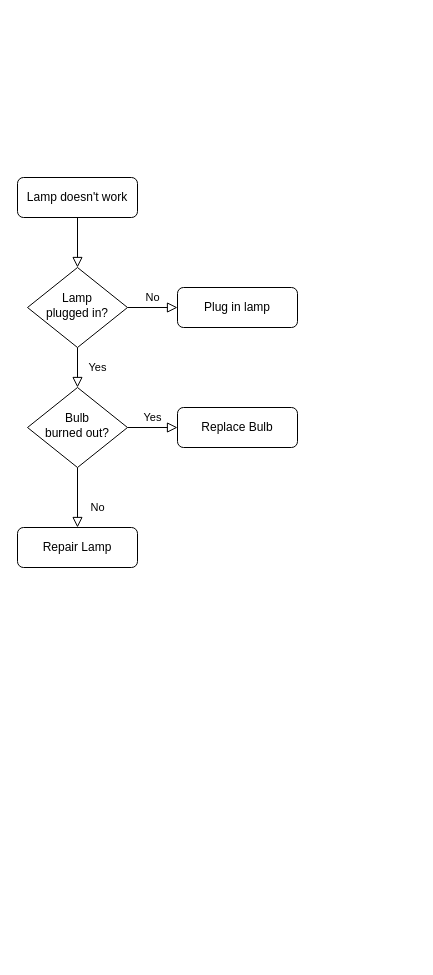
Above: assignment2.drawio in vivek-unni/C-Programing-KTU (draw.io), before the change. Source tidied: cells renumbered, new cells numbered last; positions are measured from the earlier drawing's top-left corner, leaving out a move shared by most shapes. Both pictures are drawn from the tidied source at 100%, with x=0, y=0 at pixel (17, 177).
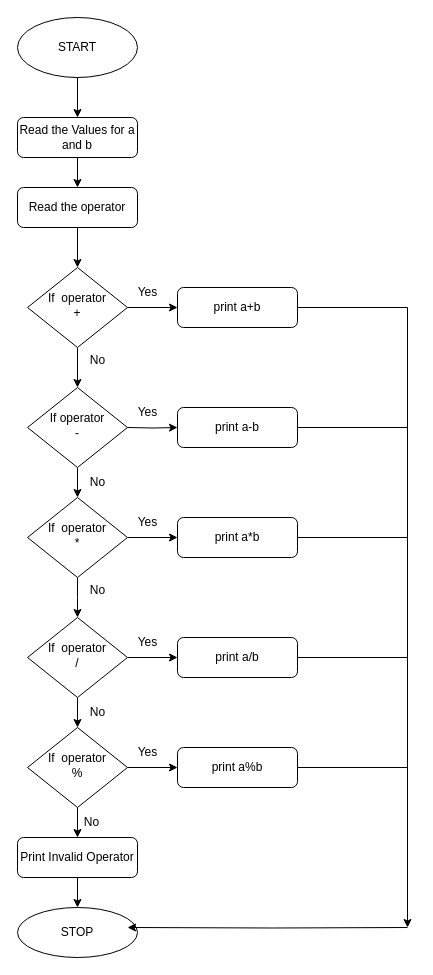
After the change.

What changed in the source:
```diff
@@
-    <mxCell id="2" style="rounded=0;html=1;jettySize=auto;fontSize=11;endArrow=block;endFill=0;endSize=8;strokeWidth=1;shadow=0;labelBackgroundColor=none;edgeStyle=orthogonalEdgeStyle;" parent="1" edge="1" source="3" target="6">
-      <mxGeometry relative="1" as="geometry" />
-    </mxCell>
+    <mxCell id="13" style="edgeStyle=orthogonalEdgeStyle;rounded=0;jettySize=auto;html=1;" parent="1" edge="1" source="3" target="18">
+      <mxGeometry relative="1" as="geometry" />
+    </mxCell>
-    <mxCell id="3" value="Lamp doesn't work" style="rounded=1;whiteSpace=wrap;html=1;fontSize=12;glass=0;strokeWidth=1;shadow=0;" parent="1" vertex="1">
-      <mxGeometry width="120" height="40" as="geometry" />
+    <mxCell id="3" value="Read the Values for a and b" style="rounded=1;whiteSpace=wrap;html=1;fontSize=12;glass=0;strokeWidth=1;shadow=0;" parent="1" vertex="1">
+      <mxGeometry y="-60" width="120" height="40" as="geometry" />
     </mxCell>
+    <mxCell id="5" style="edgeStyle=orthogonalEdgeStyle;rounded=0;jettySize=auto;html=1;" parent="1" edge="1" source="6" target="7">
+      <mxGeometry relative="1" as="geometry" />
+    </mxCell>
-    <mxCell id="4" value="Yes" style="rounded=0;html=1;jettySize=auto;fontSize=11;endArrow=block;endFill=0;endSize=8;strokeWidth=1;shadow=0;labelBackgroundColor=none;edgeStyle=orthogonalEdgeStyle;" parent="1" edge="1" source="6" target="10">
-      <mxGeometry y="20" relative="1" as="geometry" />
+    <mxCell id="4" style="edgeStyle=orthogonalEdgeStyle;rounded=0;jettySize=auto;html=1;entryX=0.5;entryY=0;entryDx=0;entryDy=0;" parent="1" edge="1" source="6" target="10">
+      <mxGeometry relative="1" as="geometry" />
     </mxCell>
-    <mxCell id="5" value="No" style="edgeStyle=orthogonalEdgeStyle;rounded=0;html=1;jettySize=auto;fontSize=11;endArrow=block;endFill=0;endSize=8;strokeWidth=1;shadow=0;labelBackgroundColor=none;" parent="1" edge="1" source="6" target="7">
-      <mxGeometry y="10" relative="1" as="geometry" />
-    </mxCell>
-    <mxCell id="6" value="Lamp&lt;br&gt;plugged in?" style="rhombus;whiteSpace=wrap;html=1;shadow=0;fontFamily=Helvetica;fontSize=12;align=center;strokeWidth=1;spacing=6;spacingTop=-4;" parent="1" vertex="1">
+    <mxCell id="6" value="If&amp;nbsp; operator&lt;br&gt;+" style="rhombus;whiteSpace=wrap;html=1;shadow=0;fontFamily=Helvetica;fontSize=12;align=center;strokeWidth=1;spacing=6;spacingTop=-4;" parent="1" vertex="1">
       <mxGeometry x="10" y="90" width="100" height="80" as="geometry" />
     </mxCell>
-    <mxCell id="7" value="Plug in lamp" style="rounded=1;whiteSpace=wrap;html=1;fontSize=12;glass=0;strokeWidth=1;shadow=0;" parent="1" vertex="1">
+    <mxCell id="7" value="print a+b" style="rounded=1;whiteSpace=wrap;html=1;fontSize=12;glass=0;strokeWidth=1;shadow=0;" parent="1" vertex="1">
       <mxGeometry x="160" y="110" width="120" height="40" as="geometry" />
     </mxCell>
-    <mxCell id="8" value="No" style="rounded=0;html=1;jettySize=auto;fontSize=11;endArrow=block;endFill=0;endSize=8;strokeWidth=1;shadow=0;labelBackgroundColor=none;edgeStyle=orthogonalEdgeStyle;" parent="1" edge="1" source="10" target="11">
-      <mxGeometry x="0.33" y="20" relative="1" as="geometry" />
-    </mxCell>
-    <mxCell id="9" value="Yes" style="edgeStyle=orthogonalEdgeStyle;rounded=0;html=1;jettySize=auto;fontSize=11;endArrow=block;endFill=0;endSize=8;strokeWidth=1;shadow=0;labelBackgroundColor=none;" parent="1" edge="1" source="10" target="12">
-      <mxGeometry y="10" relative="1" as="geometry" />
-    </mxCell>
+    <mxCell id="14" style="edgeStyle=orthogonalEdgeStyle;rounded=0;jettySize=auto;html=1;entryX=0.5;entryY=0;entryDx=0;entryDy=0;" parent="1" edge="1" source="10" target="21">
+      <mxGeometry relative="1" as="geometry" />
+    </mxCell>
-    <mxCell id="10" value="Bulb&lt;br&gt;burned out?" style="rhombus;whiteSpace=wrap;html=1;shadow=0;fontFamily=Helvetica;fontSize=12;align=center;strokeWidth=1;spacing=6;spacingTop=-4;" parent="1" vertex="1">
+    <mxCell id="10" value="If operator&lt;br&gt;-" style="rhombus;whiteSpace=wrap;html=1;shadow=0;fontFamily=Helvetica;fontSize=12;align=center;strokeWidth=1;spacing=6;spacingTop=-4;" parent="1" vertex="1">
       <mxGeometry x="10" y="210" width="100" height="80" as="geometry" />
     </mxCell>
-    <mxCell id="11" value="Repair Lamp" style="rounded=1;whiteSpace=wrap;html=1;fontSize=12;glass=0;strokeWidth=1;shadow=0;" parent="1" vertex="1">
-      <mxGeometry y="350" width="120" height="40" as="geometry" />
-    </mxCell>
-    <mxCell id="12" value="Replace Bulb" style="rounded=1;whiteSpace=wrap;html=1;fontSize=12;glass=0;strokeWidth=1;shadow=0;" parent="1" vertex="1">
-      <mxGeometry x="160" y="230" width="120" height="40" as="geometry" />
-    </mxCell>
+    <mxCell id="15" style="edgeStyle=orthogonalEdgeStyle;rounded=0;jettySize=auto;html=1;entryX=0.5;entryY=0;entryDx=0;entryDy=0;" parent="1" edge="1" source="16" target="3">
+      <mxGeometry relative="1" as="geometry" />
+    </mxCell>
+    <mxCell id="16" value="START" style="ellipse;whiteSpace=wrap;html=1;" parent="1" vertex="1">
+      <mxGeometry y="-160" width="120" height="60" as="geometry" />
+    </mxCell>
+    <mxCell id="17" style="edgeStyle=orthogonalEdgeStyle;rounded=0;jettySize=auto;html=1;entryX=0.5;entryY=0;entryDx=0;entryDy=0;" parent="1" edge="1" source="18" target="6">
+      <mxGeometry relative="1" as="geometry" />
+    </mxCell>
+    <mxCell id="18" value="Read the operator" style="rounded=1;whiteSpace=wrap;html=1;fontSize=12;glass=0;strokeWidth=1;shadow=0;" parent="1" vertex="1">
+      <mxGeometry y="10" width="120" height="40" as="geometry" />
+    </mxCell>
+    <mxCell id="19" style="edgeStyle=orthogonalEdgeStyle;rounded=0;jettySize=auto;html=1;" parent="1" edge="1" source="21" target="22">
+      <mxGeometry relative="1" as="geometry" />
+    </mxCell>
+    <mxCell id="20" style="edgeStyle=orthogonalEdgeStyle;rounded=0;jettySize=auto;html=1;entryX=0.5;entryY=0;entryDx=0;entryDy=0;" parent="1" edge="1" source="21">
+      <mxGeometry relative="1" as="geometry">
+        <mxPoint x="60" y="440" as="targetPoint" />
+      </mxGeometry>
+    </mxCell>
+    <mxCell id="21" value="If&amp;nbsp; operator&lt;br&gt;*" style="rhombus;whiteSpace=wrap;html=1;shadow=0;fontFamily=Helvetica;fontSize=12;align=center;strokeWidth=1;spacing=6;spacingTop=-4;" parent="1" vertex="1">
+      <mxGeometry x="10" y="320" width="100" height="80" as="geometry" />
+    </mxCell>
+    <mxCell id="22" value="print a*b" style="rounded=1;whiteSpace=wrap;html=1;fontSize=12;glass=0;strokeWidth=1;shadow=0;" parent="1" vertex="1">
+      <mxGeometry x="160" y="340" width="120" height="40" as="geometry" />
+    </mxCell>
+    <mxCell id="23" style="edgeStyle=orthogonalEdgeStyle;rounded=0;jettySize=auto;html=1;" parent="1" edge="1" target="24">
+      <mxGeometry relative="1" as="geometry">
+        <mxPoint x="110" y="250" as="sourcePoint" />
+      </mxGeometry>
+    </mxCell>
+    <mxCell id="24" value="print a-b" style="rounded=1;whiteSpace=wrap;html=1;fontSize=12;glass=0;strokeWidth=1;shadow=0;" parent="1" vertex="1">
+      <mxGeometry x="160" y="230" width="120" height="40" as="geometry" />
+    </mxCell>
+    <mxCell id="25" style="edgeStyle=orthogonalEdgeStyle;rounded=0;jettySize=auto;html=1;" parent="1" edge="1" source="27" target="28">
+      <mxGeometry relative="1" as="geometry" />
+    </mxCell>
+    <mxCell id="26" style="edgeStyle=orthogonalEdgeStyle;rounded=0;jettySize=auto;html=1;" parent="1" edge="1" source="27" target="31">
+      <mxGeometry relative="1" as="geometry" />
+    </mxCell>
+    <mxCell id="27" value="If&amp;nbsp; operator&lt;br&gt;/" style="rhombus;whiteSpace=wrap;html=1;shadow=0;fontFamily=Helvetica;fontSize=12;align=center;strokeWidth=1;spacing=6;spacingTop=-4;" parent="1" vertex="1">
+      <mxGeometry x="10" y="440" width="100" height="80" as="geometry" />
+    </mxCell>
+    <mxCell id="28" value="print a/b" style="rounded=1;whiteSpace=wrap;html=1;fontSize=12;glass=0;strokeWidth=1;shadow=0;" parent="1" vertex="1">
+      <mxGeometry x="160" y="460" width="120" height="40" as="geometry" />
+    </mxCell>
+    <mxCell id="29" style="edgeStyle=orthogonalEdgeStyle;rounded=0;jettySize=auto;html=1;" parent="1" edge="1" source="31" target="32">
+      <mxGeometry relative="1" as="geometry" />
+    </mxCell>
+    <mxCell id="30" style="edgeStyle=orthogonalEdgeStyle;rounded=0;jettySize=auto;html=1;entryX=0.5;entryY=0;entryDx=0;entryDy=0;" parent="1" edge="1" source="31" target="43">
+      <mxGeometry relative="1" as="geometry" />
+    </mxCell>
+    <mxCell id="31" value="If&amp;nbsp; operator&lt;br&gt;%" style="rhombus;whiteSpace=wrap;html=1;shadow=0;fontFamily=Helvetica;fontSize=12;align=center;strokeWidth=1;spacing=6;spacingTop=-4;" parent="1" vertex="1">
+      <mxGeometry x="10" y="550" width="100" height="80" as="geometry" />
+    </mxCell>
+    <mxCell id="32" value="print a%b" style="rounded=1;whiteSpace=wrap;html=1;fontSize=12;glass=0;strokeWidth=1;shadow=0;" parent="1" vertex="1">
+      <mxGeometry x="160" y="570" width="120" height="40" as="geometry" />
+    </mxCell>
+    <mxCell id="33" value="Yes" style="text;html=1;align=center;verticalAlign=middle;strokeColor=none;fillColor=none;" parent="1" vertex="1">
+      <mxGeometry x="110" y="100" width="40" height="30" as="geometry" />
+    </mxCell>
+    <mxCell id="34" value="No" style="text;html=1;align=center;verticalAlign=middle;strokeColor=none;fillColor=none;" parent="1" vertex="1">
+      <mxGeometry x="60" y="168" width="40" height="30" as="geometry" />
+    </mxCell>
+    <mxCell id="35" value="Yes" style="text;html=1;align=center;verticalAlign=middle;strokeColor=none;fillColor=none;" parent="1" vertex="1">
+      <mxGeometry x="110" y="220" width="40" height="30" as="geometry" />
+    </mxCell>
+    <mxCell id="36" value="Yes" style="text;html=1;align=center;verticalAlign=middle;strokeColor=none;fillColor=none;" parent="1" vertex="1">
+      <mxGeometry x="110" y="330" width="40" height="30" as="geometry" />
+    </mxCell>
+    <mxCell id="37" value="Yes" style="text;html=1;align=center;verticalAlign=middle;strokeColor=none;fillColor=none;" parent="1" vertex="1">
+      <mxGeometry x="110" y="450" width="40" height="30" as="geometry" />
+    </mxCell>
+    <mxCell id="38" value="Yes" style="text;html=1;align=center;verticalAlign=middle;strokeColor=none;fillColor=none;" parent="1" vertex="1">
+      <mxGeometry x="110" y="560" width="40" height="30" as="geometry" />
+    </mxCell>
+    <mxCell id="39" value="No" style="text;html=1;align=center;verticalAlign=middle;strokeColor=none;fillColor=none;" parent="1" vertex="1">
+      <mxGeometry x="60" y="290" width="40" height="30" as="geometry" />
+    </mxCell>
+    <mxCell id="40" value="No" style="text;html=1;align=center;verticalAlign=middle;strokeColor=none;fillColor=none;" parent="1" vertex="1">
+      <mxGeometry x="60" y="398" width="40" height="30" as="geometry" />
+    </mxCell>
+    <mxCell id="41" value="No" style="text;html=1;align=center;verticalAlign=middle;strokeColor=none;fillColor=none;" parent="1" vertex="1">
+      <mxGeometry x="60" y="520" width="40" height="30" as="geometry" />
+    </mxCell>
+    <mxCell id="42" style="edgeStyle=orthogonalEdgeStyle;rounded=0;jettySize=auto;html=1;" parent="1" edge="1" source="43" target="45">
+      <mxGeometry relative="1" as="geometry" />
+    </mxCell>
+    <mxCell id="43" value="Print Invalid Operator" style="rounded=1;whiteSpace=wrap;html=1;" parent="1" vertex="1">
+      <mxGeometry y="660" width="120" height="40" as="geometry" />
+    </mxCell>
+    <mxCell id="44" value="No" style="text;html=1;align=center;verticalAlign=middle;strokeColor=none;fillColor=none;" parent="1" vertex="1">
+      <mxGeometry x="54" y="630" width="40" height="30" as="geometry" />
+    </mxCell>
+    <mxCell id="45" value="STOP" style="ellipse;whiteSpace=wrap;html=1;" parent="1" vertex="1">
+      <mxGeometry y="730" width="120" height="50" as="geometry" />
+    </mxCell>
+    <mxCell id="46" style="edgeStyle=orthogonalEdgeStyle;rounded=0;jettySize=auto;html=1;entryX=0.917;entryY=0.4;entryDx=0;entryDy=0;entryPerimeter=0;" parent="1" edge="1" target="45">
+      <mxGeometry relative="1" as="geometry">
+        <mxPoint x="390" y="750" as="sourcePoint" />
+      </mxGeometry>
+    </mxCell>
+    <mxCell id="47" style="edgeStyle=orthogonalEdgeStyle;rounded=0;orthogonalLoop=1;jettySize=auto;html=1;" parent="1" edge="1">
+      <mxGeometry relative="1" as="geometry">
+        <mxPoint x="390" y="130" as="sourcePoint" />
+        <mxPoint x="390" y="750" as="targetPoint" />
+      </mxGeometry>
+    </mxCell>
+    <mxCell id="48" style="endArrow=none;html=1;rounded=0;exitX=1;exitY=0.5;exitDx=0;exitDy=0;" parent="1" edge="1" source="22">
+      <mxGeometry relative="1" as="geometry">
+        <mxPoint x="390" y="360" as="targetPoint" />
+      </mxGeometry>
+    </mxCell>
+    <mxCell id="49" style="endArrow=none;html=1;rounded=0;exitX=1;exitY=0.5;exitDx=0;exitDy=0;" parent="1" edge="1">
+      <mxGeometry relative="1" as="geometry">
+        <mxPoint x="280" y="480" as="sourcePoint" />
+        <mxPoint x="390" y="480" as="targetPoint" />
+      </mxGeometry>
+    </mxCell>
+    <mxCell id="50" style="endArrow=none;html=1;rounded=0;exitX=1;exitY=0.5;exitDx=0;exitDy=0;" parent="1" edge="1">
+      <mxGeometry relative="1" as="geometry">
+        <mxPoint x="280" y="590" as="sourcePoint" />
+        <mxPoint x="390" y="590" as="targetPoint" />
+      </mxGeometry>
+    </mxCell>
+    <mxCell id="51" style="endArrow=none;html=1;rounded=0;exitX=1;exitY=0.5;exitDx=0;exitDy=0;" parent="1" edge="1">
+      <mxGeometry relative="1" as="geometry">
+        <mxPoint x="280" y="130" as="sourcePoint" />
+        <mxPoint x="390" y="130" as="targetPoint" />
+      </mxGeometry>
+    </mxCell>
+    <mxCell id="52" style="endArrow=none;html=1;rounded=0;exitX=1;exitY=0.5;exitDx=0;exitDy=0;" parent="1" edge="1">
+      <mxGeometry relative="1" as="geometry">
+        <mxPoint x="280" y="250" as="sourcePoint" />
+        <mxPoint x="390" y="250" as="targetPoint" />
+      </mxGeometry>
+    </mxCell>
```
